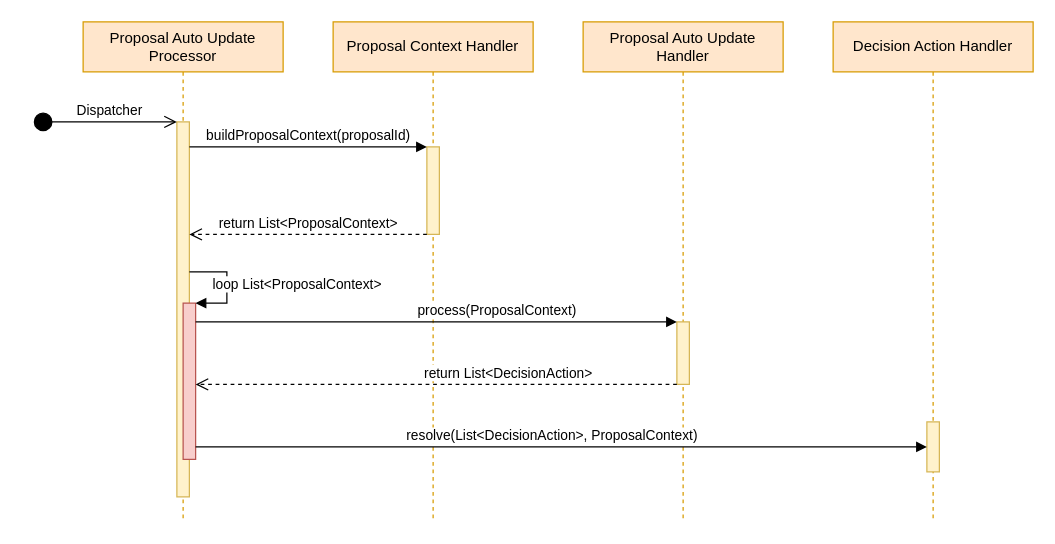
This is Proposal Update Entry Sequence Diagram.drawio from dajin-kingland/UMLdiagrams, a draw.io file, before an edit. Source tidied: cells renumbered, new cells numbered last; positions are measured from the earlier drawing's top-left corner, leaving out a move shared by most shapes. Both pictures are drawn from the tidied source at 125%, with x=0, y=0 at pixel (32, 21).
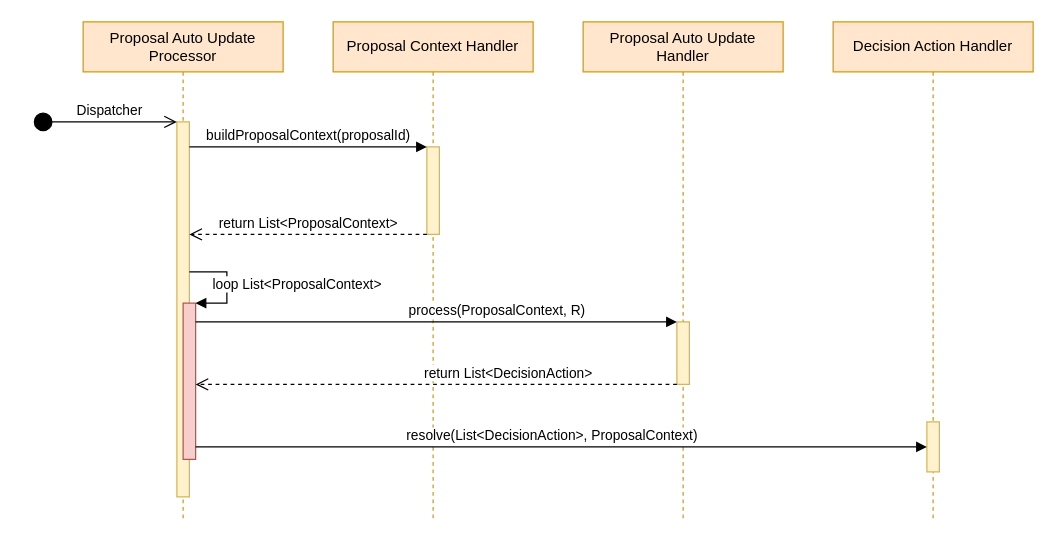
Above is the later version.

The change refers to these unchanged cells:
```xml
<mxCell id="4" style="html=1;points=[];perimeter=orthogonalPerimeter;fillColor=#f8cecc;strokeColor=#b85450;" parent="2" vertex="1">
  <mxGeometry x="80" y="225" width="10" height="125" as="geometry" />
</mxCell>
<mxCell id="13" style="html=1;points=[];perimeter=orthogonalPerimeter;fillColor=#fff2cc;strokeColor=#d6b656;" parent="1" vertex="1">
  <mxGeometry x="515" y="240" width="10" height="50" as="geometry" />
</mxCell>
```

The edit, as a diff of the source:
```diff
@@
-    <mxCell id="14" value="process(ProposalContext)" style="html=1;verticalAlign=bottom;endArrow=block;" parent="1" edge="1" source="4" target="13">
+    <mxCell id="14" value="process(ProposalContext, R)" style="html=1;verticalAlign=bottom;endArrow=block;" parent="1" edge="1" source="4" target="13">
       <mxGeometry x="0.25" relative="1" as="geometry">
         <Array as="points">
           <mxPoint x="200" y="240" />
         </Array>
       </mxGeometry>
     </mxCell>
```
